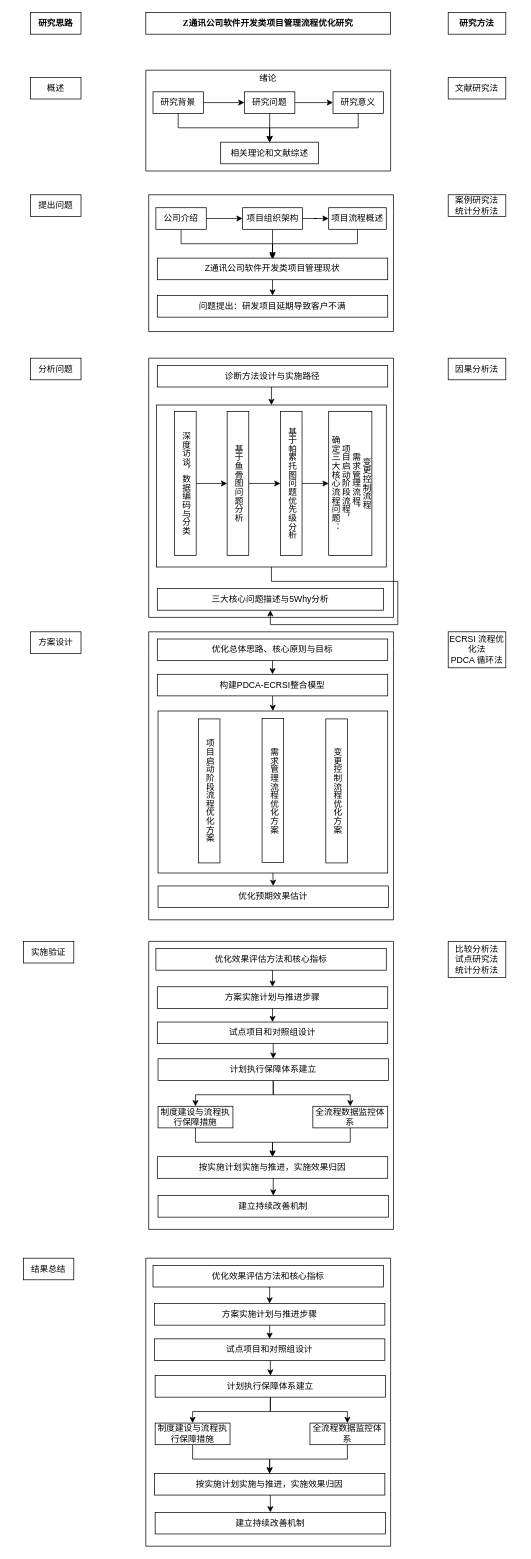
This is 技术路线图.drawio from zhengt666/homework, a draw.io file, before an edit. Source tidied: cells renumbered, new cells numbered last; positions are measured from the earlier drawing's top-left corner, leaving out a move shared by most shapes. Both pictures are drawn from the tidied source at 72%, with x=0, y=0 at pixel (23, 12).
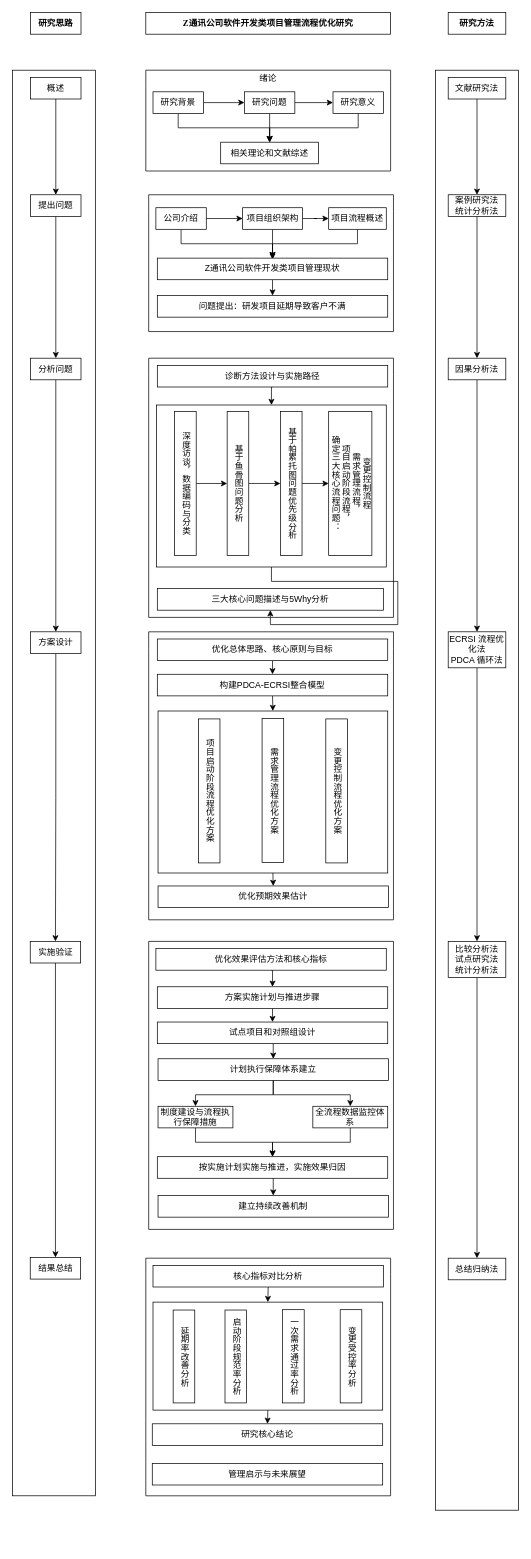
After the change.

Commit message (it also covers changes not shown here):
更新技术路线图.drawio

The change refers to these unchanged cells:
```xml
<mxCell id="5" value="概述" style="rounded=0;whiteSpace=wrap;html=1;" parent="1" vertex="1">
  <mxGeometry x="10" y="90" width="70" height="30" as="geometry" />
</mxCell>
<mxCell id="6" value="&lt;span style=&quot;background-color: transparent; color: light-dark(rgb(0, 0, 0), rgb(255, 255, 255));&quot;&gt;文献研究法&lt;/span&gt;" style="rounded=0;whiteSpace=wrap;html=1;" parent="1" vertex="1">
  <mxGeometry x="590" y="90" width="80" height="30" as="geometry" />
</mxCell>
<mxCell id="7" value="提出问题" style="rounded=0;whiteSpace=wrap;html=1;" parent="1" vertex="1">
  <mxGeometry x="10" y="253" width="70" height="30" as="geometry" />
</mxCell>
<mxCell id="8" value="分析问题" style="rounded=0;whiteSpace=wrap;html=1;" parent="1" vertex="1">
  <mxGeometry x="10" y="480" width="70" height="30" as="geometry" />
</mxCell>
<mxCell id="21" value="方案设计" style="rounded=0;whiteSpace=wrap;html=1;" parent="1" vertex="1">
  <mxGeometry x="10" y="860" width="70" height="30" as="geometry" />
</mxCell>
<mxCell id="22" value="案例研究法&lt;div&gt;统计分析法&lt;/div&gt;" style="rounded=0;whiteSpace=wrap;html=1;" parent="1" vertex="1">
  <mxGeometry x="590" y="253" width="80" height="30" as="geometry" />
</mxCell>
<mxCell id="48" value="因果分析法" style="rounded=0;whiteSpace=wrap;html=1;" parent="1" vertex="1">
  <mxGeometry x="590" y="480" width="80" height="30" as="geometry" />
</mxCell>
<mxCell id="62" value="ECRSI 流程优化法&lt;div&gt;PDCA 循环法&lt;/div&gt;" style="rounded=0;whiteSpace=wrap;html=1;" parent="1" vertex="1">
  <mxGeometry x="590" y="860" width="80" height="50" as="geometry" />
</mxCell>
<mxCell id="80" value="比较分析法&lt;div&gt;试点研究法&lt;/div&gt;&lt;div&gt;统计分析法&lt;/div&gt;" style="rounded=0;whiteSpace=wrap;html=1;" parent="1" vertex="1">
  <mxGeometry x="590" y="1290" width="80" height="50" as="geometry" />
</mxCell>
```

The edit, as a diff of the source:
```diff
@@
+    <mxCell id="98" style="rounded=0;whiteSpace=wrap;html=1;" parent="1" vertex="1">
+      <mxGeometry x="572.5" y="80" width="115" height="2000" as="geometry" />
+    </mxCell>
+    <mxCell id="99" style="rounded=0;whiteSpace=wrap;html=1;" parent="1" vertex="1">
+      <mxGeometry x="-15" y="80" width="115" height="1980" as="geometry" />
+    </mxCell>
@@
+    <mxCell id="100" style="edgeStyle=orthogonalEdgeStyle;rounded=0;jettySize=auto;html=1;exitX=0.5;exitY=1;exitDx=0;exitDy=0;entryX=0.5;entryY=0;entryDx=0;entryDy=0;" parent="1" edge="1" source="5" target="7">
+      <mxGeometry relative="1" as="geometry" />
+    </mxCell>
@@
+    <mxCell id="101" style="edgeStyle=orthogonalEdgeStyle;rounded=0;jettySize=auto;html=1;exitX=0.5;exitY=1;exitDx=0;exitDy=0;" parent="1" edge="1" source="6" target="22">
+      <mxGeometry relative="1" as="geometry" />
+    </mxCell>
@@
+    <mxCell id="102" style="edgeStyle=orthogonalEdgeStyle;rounded=0;jettySize=auto;html=1;exitX=0.5;exitY=1;exitDx=0;exitDy=0;entryX=0.5;entryY=0;entryDx=0;entryDy=0;" parent="1" edge="1" source="7" target="8">
+      <mxGeometry relative="1" as="geometry" />
+    </mxCell>
@@
+    <mxCell id="103" style="edgeStyle=orthogonalEdgeStyle;rounded=0;jettySize=auto;html=1;exitX=0.5;exitY=1;exitDx=0;exitDy=0;entryX=0.5;entryY=0;entryDx=0;entryDy=0;" parent="1" edge="1" source="8" target="21">
+      <mxGeometry relative="1" as="geometry" />
+    </mxCell>
@@
+    <mxCell id="104" style="edgeStyle=orthogonalEdgeStyle;rounded=0;jettySize=auto;html=1;exitX=0.5;exitY=1;exitDx=0;exitDy=0;entryX=0.5;entryY=0;entryDx=0;entryDy=0;" parent="1" edge="1" source="9" target="10">
+      <mxGeometry relative="1" as="geometry" />
+    </mxCell>
     <mxCell id="9" value="实施验证" style="rounded=0;whiteSpace=wrap;html=1;" parent="1" vertex="1">
-      <mxGeometry y="1290" width="70" height="30" as="geometry" />
+      <mxGeometry x="9.5" y="1290" width="70" height="30" as="geometry" />
     </mxCell>
     <mxCell id="10" value="结果总结" style="rounded=0;whiteSpace=wrap;html=1;" parent="1" vertex="1">
-      <mxGeometry y="1730" width="70" height="30" as="geometry" />
+      <mxGeometry x="9.5" y="1729" width="70" height="30" as="geometry" />
     </mxCell>
@@
+    <mxCell id="105" style="edgeStyle=orthogonalEdgeStyle;rounded=0;jettySize=auto;html=1;exitX=0.5;exitY=1;exitDx=0;exitDy=0;" parent="1" edge="1" source="21" target="9">
+      <mxGeometry relative="1" as="geometry" />
+    </mxCell>
@@
+    <mxCell id="106" style="edgeStyle=orthogonalEdgeStyle;rounded=0;jettySize=auto;html=1;exitX=0.5;exitY=1;exitDx=0;exitDy=0;entryX=0.5;entryY=0;entryDx=0;entryDy=0;" parent="1" edge="1" source="22" target="48">
+      <mxGeometry relative="1" as="geometry" />
+    </mxCell>
@@
+    <mxCell id="107" style="edgeStyle=orthogonalEdgeStyle;rounded=0;jettySize=auto;html=1;exitX=0.5;exitY=1;exitDx=0;exitDy=0;entryX=0.5;entryY=0;entryDx=0;entryDy=0;" parent="1" edge="1" source="48" target="62">
+      <mxGeometry relative="1" as="geometry" />
+    </mxCell>
@@
+    <mxCell id="108" style="edgeStyle=orthogonalEdgeStyle;rounded=0;jettySize=auto;html=1;exitX=0.5;exitY=1;exitDx=0;exitDy=0;entryX=0.5;entryY=0;entryDx=0;entryDy=0;" parent="1" edge="1" source="62" target="80">
+      <mxGeometry relative="1" as="geometry" />
+    </mxCell>
@@
+    <mxCell id="109" style="edgeStyle=orthogonalEdgeStyle;rounded=0;jettySize=auto;html=1;exitX=0.5;exitY=1;exitDx=0;exitDy=0;entryX=0.5;entryY=0;entryDx=0;entryDy=0;" parent="1" edge="1" source="80" target="121">
+      <mxGeometry relative="1" as="geometry" />
+    </mxCell>
@@
     <mxCell id="81" style="swimlane;whiteSpace=wrap;html=1;startSize=23;backgroundOutline=0;fixedHeader=0;fillColor=none;swimlaneLine=0;" parent="1" vertex="1">
-      <mxGeometry x="170" y="1730" width="340" height="400" as="geometry" />
+      <mxGeometry x="170" y="1730" width="340" height="330" as="geometry" />
     </mxCell>
-    <mxCell id="82" style="edgeStyle=orthogonalEdgeStyle;rounded=0;jettySize=auto;html=1;exitX=0.5;exitY=1;exitDx=0;exitDy=0;entryX=0.5;entryY=0;entryDx=0;entryDy=0;" parent="81" edge="1" source="83" target="89">
-      <mxGeometry relative="1" as="geometry" />
-    </mxCell>
-    <mxCell id="83" value="试点项目和对照组设计" style="rounded=0;whiteSpace=wrap;html=1;" parent="81" vertex="1">
-      <mxGeometry x="12" y="112" width="320" height="30" as="geometry" />
-    </mxCell>
-    <mxCell id="84" style="edgeStyle=orthogonalEdgeStyle;rounded=0;jettySize=auto;html=1;exitX=0.5;exitY=1;exitDx=0;exitDy=0;entryX=0.5;entryY=0;entryDx=0;entryDy=0;" parent="81" edge="1" source="85" target="83">
-      <mxGeometry relative="1" as="geometry" />
-    </mxCell>
-    <mxCell id="85" value="&lt;font face=&quot;Helvetica&quot;&gt;方案实施计划与推进步骤&lt;/font&gt;" style="rounded=0;whiteSpace=wrap;html=1;" parent="81" vertex="1">
-      <mxGeometry x="12" y="63" width="320" height="30" as="geometry" />
-    </mxCell>
-    <mxCell id="86" value="建立持续改善机制" style="rounded=0;whiteSpace=wrap;html=1;" parent="81" vertex="1">
-      <mxGeometry x="13" y="353" width="320" height="30" as="geometry" />
-    </mxCell>
-    <mxCell id="87" style="edgeStyle=orthogonalEdgeStyle;rounded=0;jettySize=auto;html=1;exitX=0.5;exitY=1;exitDx=0;exitDy=0;entryX=0.5;entryY=0;entryDx=0;entryDy=0;" parent="81" edge="1" source="89" target="91">
-      <mxGeometry relative="1" as="geometry" />
-    </mxCell>
-    <mxCell id="88" style="edgeStyle=orthogonalEdgeStyle;rounded=0;jettySize=auto;html=1;exitX=0.5;exitY=1;exitDx=0;exitDy=0;entryX=0.5;entryY=0;entryDx=0;entryDy=0;" parent="81" edge="1" source="89" target="93">
-      <mxGeometry relative="1" as="geometry" />
-    </mxCell>
-    <mxCell id="89" value="计划执行保障体系建立" style="rounded=0;whiteSpace=wrap;html=1;" parent="81" vertex="1">
-      <mxGeometry x="13" y="163" width="320" height="30" as="geometry" />
-    </mxCell>
-    <mxCell id="90" style="edgeStyle=orthogonalEdgeStyle;rounded=0;jettySize=auto;html=1;exitX=0.5;exitY=1;exitDx=0;exitDy=0;" parent="81" edge="1" source="91" target="97">
-      <mxGeometry relative="1" as="geometry" />
-    </mxCell>
-    <mxCell id="91" value="&lt;font style=&quot;&quot; face=&quot;Helvetica&quot;&gt;制度建设与流程执行保障措施&lt;/font&gt;" style="rounded=0;whiteSpace=wrap;html=1;" parent="81" vertex="1">
-      <mxGeometry x="13" y="229" width="104" height="30" as="geometry" />
-    </mxCell>
-    <mxCell id="92" style="edgeStyle=orthogonalEdgeStyle;rounded=0;jettySize=auto;html=1;exitX=0.5;exitY=1;exitDx=0;exitDy=0;" parent="81" edge="1" source="93" target="97">
-      <mxGeometry relative="1" as="geometry" />
-    </mxCell>
-    <mxCell id="93" value="&lt;font style=&quot;&quot; face=&quot;Helvetica&quot;&gt;全流程数据监控体系&lt;/font&gt;" style="rounded=0;whiteSpace=wrap;html=1;" parent="81" vertex="1">
-      <mxGeometry x="228" y="229" width="104" height="30" as="geometry" />
-    </mxCell>
-    <mxCell id="94" style="edgeStyle=orthogonalEdgeStyle;rounded=0;jettySize=auto;html=1;exitX=0.5;exitY=1;exitDx=0;exitDy=0;entryX=0.5;entryY=0;entryDx=0;entryDy=0;" parent="81" edge="1" source="95" target="85">
-      <mxGeometry relative="1" as="geometry" />
-    </mxCell>
+    <mxCell id="110" style="edgeStyle=orthogonalEdgeStyle;rounded=0;jettySize=auto;html=1;exitX=0.5;exitY=1;exitDx=0;exitDy=0;entryX=0.5;entryY=0;entryDx=0;entryDy=0;" parent="81" edge="1" source="95" target="114">
+      <mxGeometry relative="1" as="geometry" />
+    </mxCell>
-    <mxCell id="95" value="&lt;font face=&quot;Helvetica&quot;&gt;优化效果评估方法和核心指标&lt;/font&gt;" style="rounded=0;whiteSpace=wrap;html=1;" parent="81" vertex="1">
+    <mxCell id="95" value="&lt;font face=&quot;Helvetica&quot;&gt;核心指标对比分析&lt;/font&gt;" style="rounded=0;whiteSpace=wrap;html=1;" parent="81" vertex="1">
       <mxGeometry x="10" y="10" width="320" height="30" as="geometry" />
     </mxCell>
-    <mxCell id="96" style="edgeStyle=orthogonalEdgeStyle;rounded=0;jettySize=auto;html=1;exitX=0.5;exitY=1;exitDx=0;exitDy=0;entryX=0.5;entryY=0;entryDx=0;entryDy=0;" parent="81" edge="1" source="97" target="86">
-      <mxGeometry relative="1" as="geometry" />
-    </mxCell>
-    <mxCell id="97" value="按实施计划实施与推进，实施效果归因" style="rounded=0;whiteSpace=wrap;html=1;" parent="81" vertex="1">
-      <mxGeometry x="12" y="299" width="320" height="30" as="geometry" />
-    </mxCell>
+    <mxCell id="111" style="group;" parent="81" vertex="1">
+      <mxGeometry x="10" y="60" width="319" height="225" as="geometry" />
+    </mxCell>
+    <mxCell id="112" style="group;" parent="111" vertex="1">
+      <mxGeometry y="1" width="319" height="225" as="geometry" />
+    </mxCell>
+    <mxCell id="113" style="edgeStyle=orthogonalEdgeStyle;rounded=0;jettySize=auto;html=1;exitX=0.5;exitY=1;exitDx=0;exitDy=0;entryX=0.5;entryY=0;entryDx=0;entryDy=0;" parent="112" edge="1" source="114" target="119">
+      <mxGeometry relative="1" as="geometry" />
+    </mxCell>
+    <mxCell id="114" style="rounded=0;whiteSpace=wrap;html=1;" parent="112" vertex="1">
+      <mxGeometry width="319" height="150" as="geometry" />
+    </mxCell>
+    <mxCell id="115" value="延期率改善分析" style="rounded=0;whiteSpace=wrap;html=1;direction=south;textDirection=vertical-lr;" parent="112" vertex="1">
+      <mxGeometry x="28" y="11" width="30" height="129" as="geometry" />
+    </mxCell>
+    <mxCell id="116" value="一次需求通过率分析" style="rounded=0;whiteSpace=wrap;html=1;direction=south;textDirection=vertical-lr;" parent="112" vertex="1">
+      <mxGeometry x="180" y="10.5" width="30" height="129.5" as="geometry" />
+    </mxCell>
+    <mxCell id="117" value="变更受控率分析" style="rounded=0;whiteSpace=wrap;html=1;direction=south;textDirection=vertical-lr;" parent="112" vertex="1">
+      <mxGeometry x="260" y="10.5" width="30" height="129.5" as="geometry" />
+    </mxCell>
+    <mxCell id="118" value="启动阶段规范率分析" style="rounded=0;whiteSpace=wrap;html=1;direction=south;textDirection=vertical-lr;" parent="112" vertex="1">
+      <mxGeometry x="100" y="11" width="30" height="129" as="geometry" />
+    </mxCell>
+    <mxCell id="119" value="研究核心结论" style="rounded=0;whiteSpace=wrap;html=1;" parent="112" vertex="1">
+      <mxGeometry x="-1" y="169" width="320" height="30" as="geometry" />
+    </mxCell>
+    <mxCell id="120" value="&lt;font face=&quot;Helvetica&quot;&gt;管理启示与未来展望&lt;/font&gt;" style="rounded=0;whiteSpace=wrap;html=1;" parent="81" vertex="1">
+      <mxGeometry x="9" y="285" width="320" height="30" as="geometry" />
+    </mxCell>
+    <mxCell id="121" value="总结归纳法" style="rounded=0;whiteSpace=wrap;html=1;" parent="1" vertex="1">
+      <mxGeometry x="590" y="1730" width="80" height="30" as="geometry" />
+    </mxCell>
```
